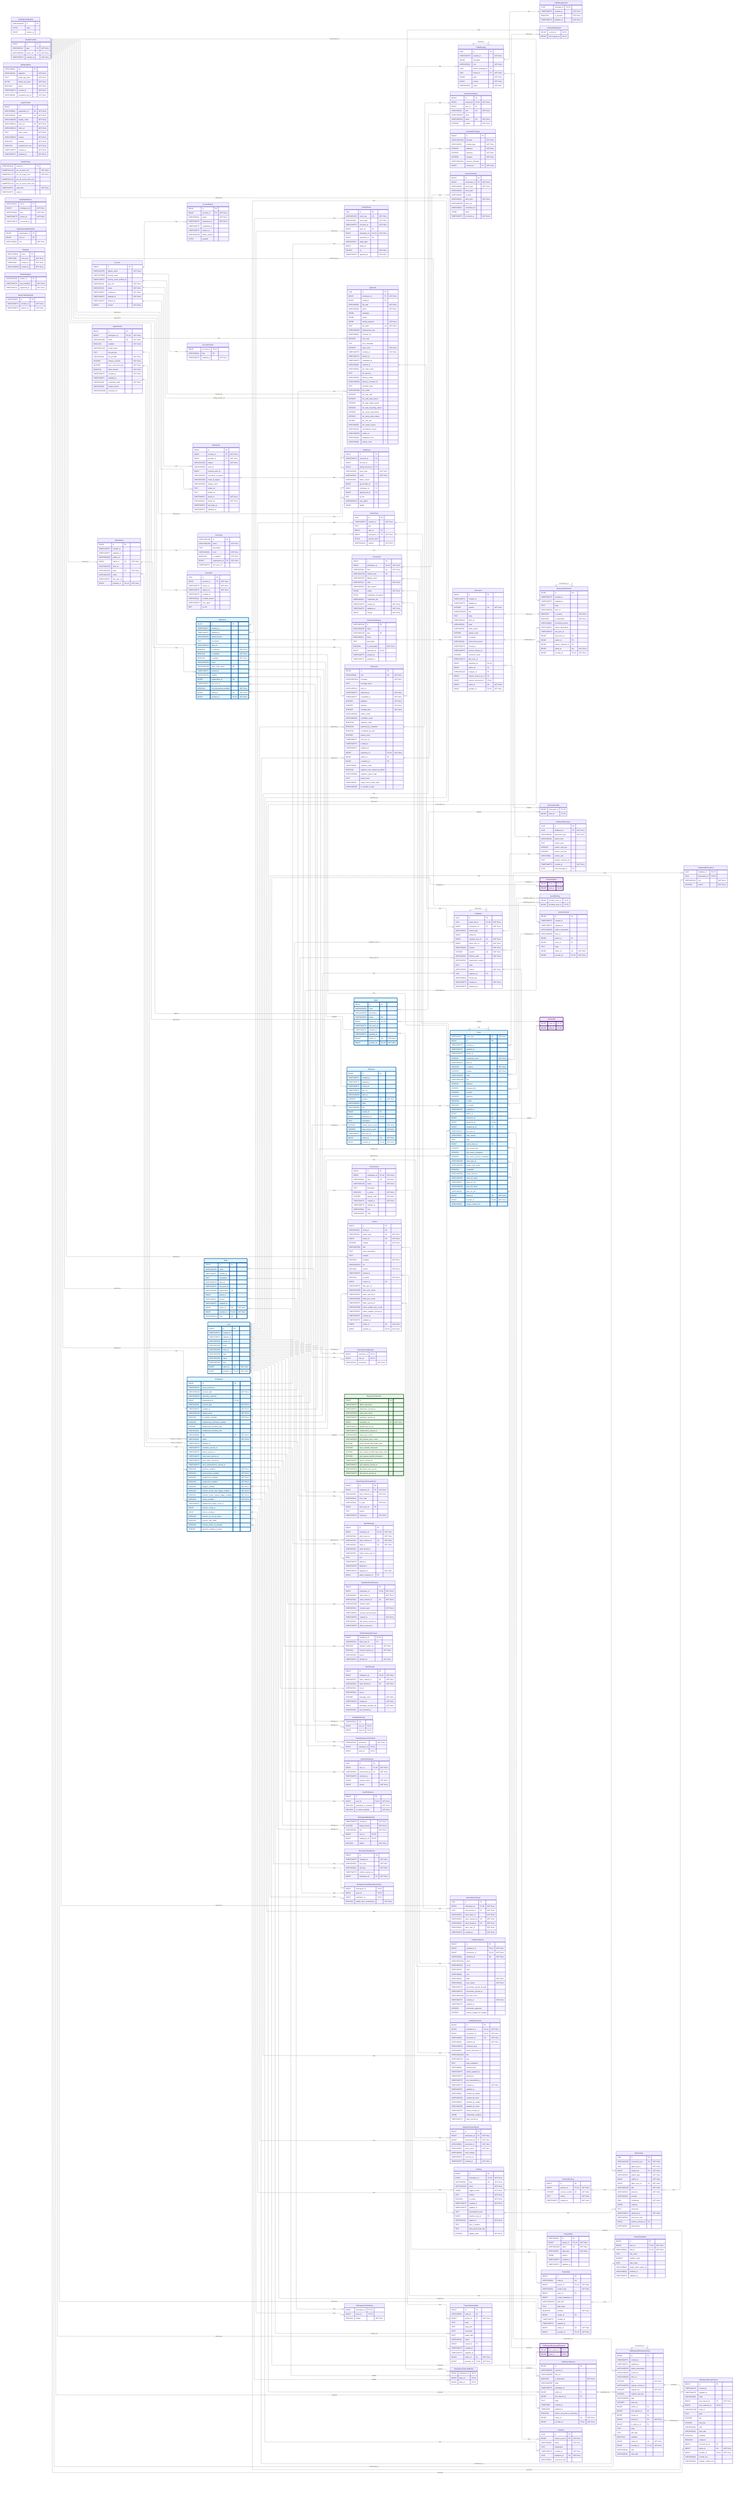
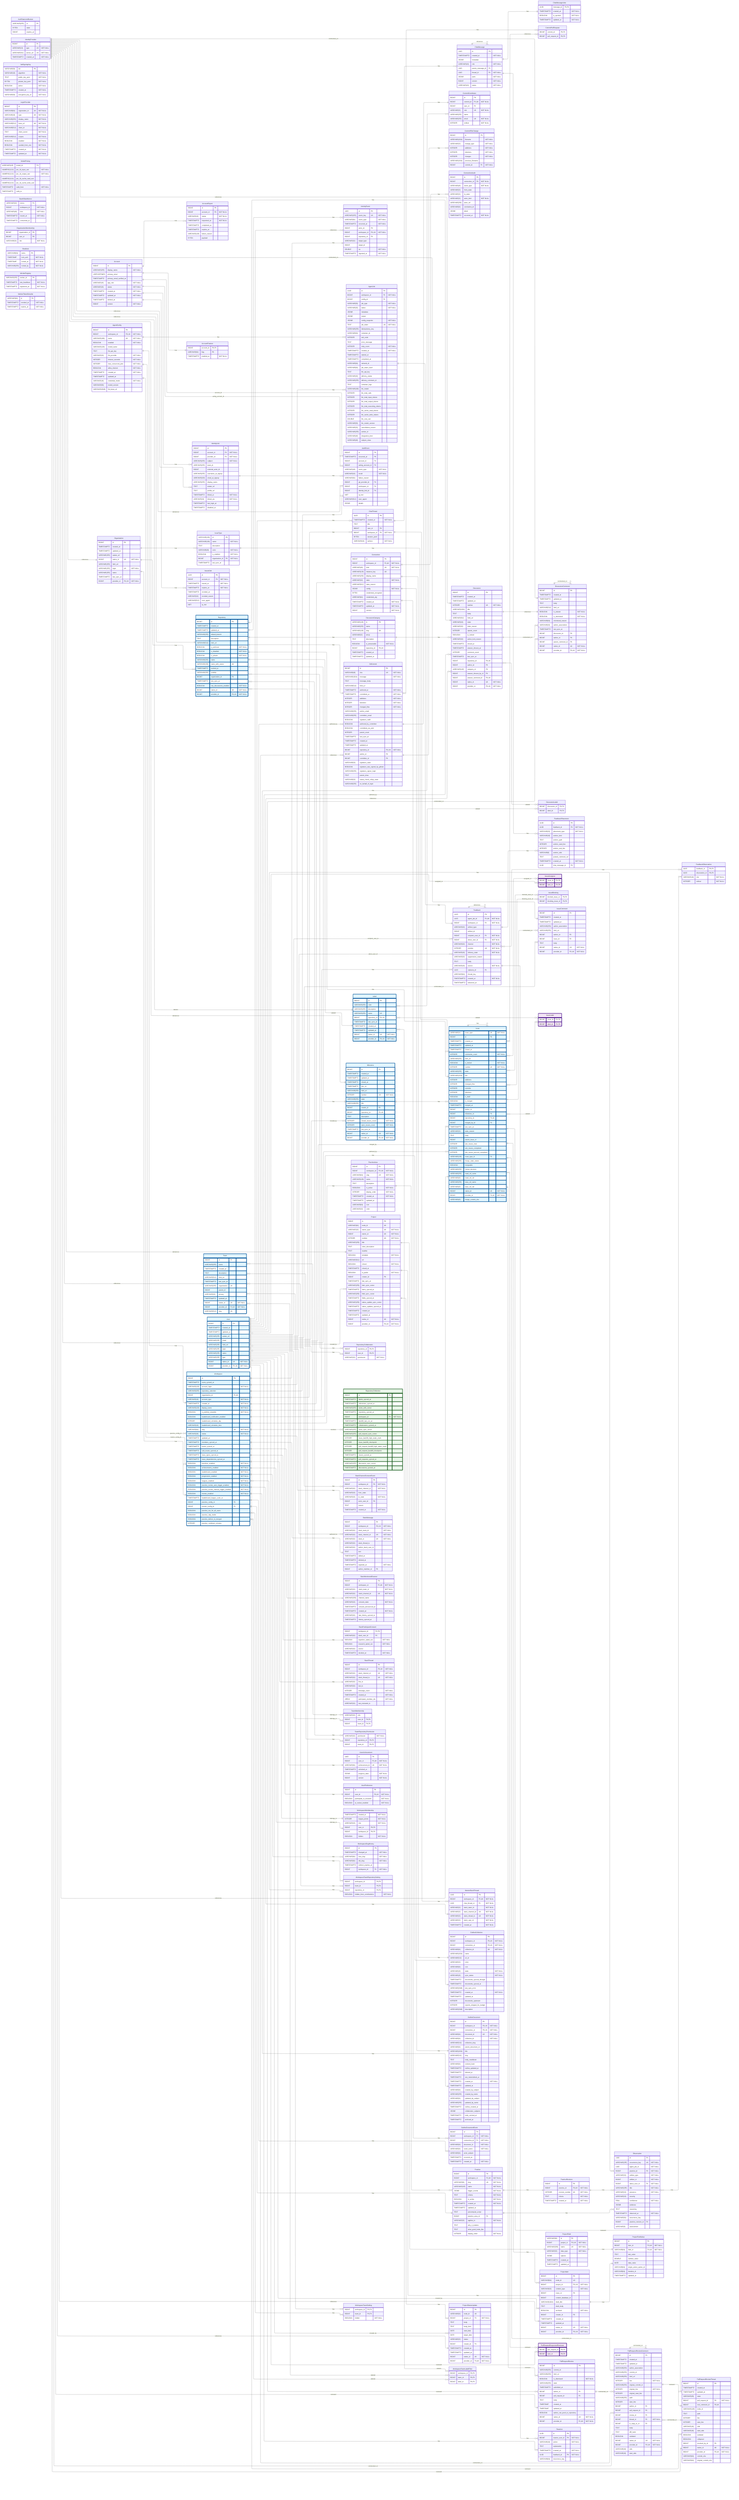
---
config:
    layout: elk
---
erDiagram
    %% Generated automatically from PostgreSQL database schema
    %% using scripts/generate-mermaid-erd.ts
    %% To regenerate: pnpm run db:generate-erd-docs

    direction LR

    Account {
        BIGINT id PK
        VARCHAR(255) display_name "NOT NULL"
        USER-DEFINED primary_email
        TIMESTAMPTZ primary_email_verified_at
        VARCHAR(16) app_role "NOT NULL"
        VARCHAR(16) status "NOT NULL"
        TIMESTAMPTZ created_at "NOT NULL"
        TIMESTAMPTZ updated_at "NOT NULL"
        TIMESTAMPTZ deleted_at
        BIGINT version "NOT NULL"
    }

    AccountExport {
        BIGINT id PK
        BIGINT account_id FK "NOT NULL"
        VARCHAR(16) status "NOT NULL"
        TIMESTAMPTZ requested_at "NOT NULL"
        TIMESTAMPTZ completed_at
        TIMESTAMPTZ expires_at
        VARCHAR(128) failure_reason
        BYTEA payload
    }

    AccountFeature {
        BIGINT account_id PK,FK
        VARCHAR(64) flag PK
        TIMESTAMPTZ enabled_at "NOT NULL"
    }

    ActivityEvent {
        UUID id PK
        VARCHAR(255) event_key UK "NOT NULL"
        VARCHAR(64) event_type "NOT NULL"
        TIMESTAMPTZ occurred_at "NOT NULL"
        BIGINT actor_id FK
        BIGINT workspace_id FK,UK "NOT NULL"
        BIGINT repository_id FK
        VARCHAR(32) target_type
        BIGINT target_id
        DOUBLE xp "NOT NULL"
        TIMESTAMPTZ ingested_at "NOT NULL"
    }

    AgentConfig {
        BIGINT id PK
        BIGINT workspace_id FK,UK "NOT NULL"
        VARCHAR(100) name UK "NOT NULL"
        BOOLEAN enabled "NOT NULL"
        VARCHAR(128) model_name
        TEXT llm_api_key
        VARCHAR(32) llm_provider "NOT NULL"
        INTEGER timeout_seconds "NOT NULL"
        INTEGER max_concurrent_jobs "NOT NULL"
        BOOLEAN allow_internet "NOT NULL"
        TIMESTAMPTZ created_at "NOT NULL"
        TIMESTAMPTZ updated_at
        VARCHAR(16) credential_mode "NOT NULL"
        VARCHAR(50) model_version
        VARCHAR(2048) llm_base_url
    }

    AgentJob {
        UUID id PK
        BIGINT workspace_id FK "NOT NULL"
        BIGINT config_id FK
        VARCHAR(50) job_type "NOT NULL"
        VARCHAR(20) status "NOT NULL"
        JSONB metadata
        JSONB output
        JSONB config_snapshot "NOT NULL"
        TEXT job_token UK "NOT NULL"
        VARCHAR(255) idempotency_key
        VARCHAR(64) container_id
        INTEGER exit_code
        TEXT error_message
        INTEGER retry_count "NOT NULL"
        TIMESTAMPTZ created_at "NOT NULL"
        TIMESTAMPTZ started_at
        TIMESTAMPTZ completed_at
        VARCHAR(64) network_id
        VARCHAR(64) job_token_hash
        TEXT llm_api_key
        VARCHAR(20) delivery_status
        VARCHAR(255) delivery_comment_id
        TEXT container_logs
        VARCHAR(100) llm_model
        INTEGER llm_total_calls
        INTEGER llm_total_input_tokens
        INTEGER llm_total_output_tokens
        INTEGER llm_total_reasoning_tokens
        INTEGER llm_cache_read_tokens
        INTEGER llm_cache_write_tokens
        DOUBLE llm_cost_usd
        VARCHAR(50) llm_model_version
        VARCHAR(32) cancellation_reason
        VARCHAR(255) worker_id
        VARCHAR(48) integration_kind
        VARCHAR(48) subject_class
    }

    AuthEvent {
        BIGINT id PK
        TIMESTAMPTZ occurred_at PK
        BIGINT account_id FK
        BIGINT acting_account_id FK
        VARCHAR(48) event_type "NOT NULL"
        VARCHAR(16) result "NOT NULL"
        VARCHAR(64) failure_reason
        BIGINT git_provider_id FK
        BIGINT workspace_id FK
        BIGINT identity_link_id FK
        INET ip_inet
        VARCHAR(512) user_agent
        JSONB details
    }

    AuthRateLimitBucket {
        VARCHAR(255) id PK
        BYTEA state
        BIGINT expires_at
    }

    ChatMessage {
        UUID id PK
        TIMESTAMPTZ created_at "NOT NULL"
        JSONB metadata
        VARCHAR(16) role "NOT NULL"
        UUID parent_message_id FK
        UUID thread_id FK "NOT NULL"
        JSONB parts "NOT NULL"
        BIGINT version "NOT NULL"
        VARCHAR(16) status "NOT NULL"
    }

    ChatMessageVote {
        UUID message_id PK,FK
        TIMESTAMPTZ created_at "NOT NULL"
        BOOLEAN is_upvoted "NOT NULL"
        TIMESTAMPTZ updated_at "NOT NULL"
    }

    ChatThread {
        UUID id PK
        TIMESTAMPTZ created_at "NOT NULL"
        TEXT title
        BIGINT user_id FK
        BIGINT workspace_id FK "NOT NULL"
        BYTEA session_jsonl
        VARCHAR(16) surface "NOT NULL"
    }

    CommitContributor {
        BIGINT id PK
        BIGINT commit_id FK,UK "NOT NULL"
        BIGINT user_id FK
        VARCHAR(32) role UK "NOT NULL"
        VARCHAR(255) name
        VARCHAR(255) email UK "NOT NULL"
        INTEGER ordinal "NOT NULL"
    }

    CommitFileChange {
        BIGINT id PK
        VARCHAR(1024) filename "NOT NULL"
        VARCHAR(32) change_type "NOT NULL"
        INTEGER additions "NOT NULL"
        INTEGER deletions "NOT NULL"
        INTEGER changes "NOT NULL"
        VARCHAR(1024) previous_filename
        BIGINT commit_id FK "NOT NULL"
    }

    CommitPullRequest {
        BIGINT commit_id PK,FK
        BIGINT pull_request_id PK,FK
    }

    Connection {
        BIGINT id PK
        BIGINT workspace_id FK,UK "NOT NULL"
        VARCHAR(48) kind UK "NOT NULL"
        VARCHAR(128) instance_key UK
        VARCHAR(256) display_name
        VARCHAR(32) state "NOT NULL"
        VARCHAR(512) state_reason
        JSONB config "NOT NULL"
        BYTEA credentials_encrypted
        VARCHAR(64) credentials_alg
        TIMESTAMPTZ created_at "NOT NULL"
        TIMESTAMPTZ updated_at "NOT NULL"
        BIGINT version "NOT NULL"
    }

    ConnectionAudit {
        BIGINT id PK
        BIGINT connection_id FK "NOT NULL"
        VARCHAR(48) event_type "NOT NULL"
        VARCHAR(32) from_state
        VARCHAR(32) to_state
        VARCHAR(32) actor_kind "NOT NULL"
        VARCHAR(256) actor_ref
        VARCHAR(64) correlation_id
        JSONB detail
        TIMESTAMPTZ occurred_at "NOT NULL"
    }

    Discussion {
        BIGINT id PK
        TIMESTAMPTZ created_at
        TIMESTAMPTZ updated_at
        INTEGER number UK "NOT NULL"
        VARCHAR(1024) title
        TEXT body
        VARCHAR(512) html_url
        VARCHAR(16) state
        VARCHAR(32) state_reason
        INTEGER upvote_count
        BOOLEAN is_locked
        VARCHAR(32) active_lock_reason
        TIMESTAMPTZ closed_at
        TIMESTAMPTZ answer_chosen_at
        INTEGER comment_count
        TIMESTAMPTZ last_sync_at
        BIGINT repository_id FK,UK
        BIGINT author_id FK
        VARCHAR(128) category_id FK
        BIGINT answer_chosen_by_id FK
        BIGINT answer_comment_id FK,UK
        BIGINT native_id UK "NOT NULL"
        BIGINT provider_id FK,UK "NOT NULL"
    }

    DiscussionCategory {
        VARCHAR(128) id PK
        VARCHAR(255) name
        VARCHAR(128) slug UK
        VARCHAR(32) emoji
        TEXT description
        BOOLEAN is_answerable "NOT NULL"
        BIGINT repository_id FK,UK
        TIMESTAMPTZ created_at
        TIMESTAMPTZ updated_at
    }

    DiscussionComment {
        BIGINT id PK
        TIMESTAMPTZ created_at
        TIMESTAMPTZ updated_at
        TEXT body
        VARCHAR(512) html_url
        BOOLEAN is_answer "NOT NULL"
        BOOLEAN is_minimized "NOT NULL"
        VARCHAR(64) minimized_reason
        VARCHAR(32) author_association
        TIMESTAMPTZ last_sync_at
        BIGINT discussion_id FK
        BIGINT author_id FK
        BIGINT parent_comment_id FK
        BIGINT native_id UK "NOT NULL"
        BIGINT provider_id FK,UK "NOT NULL"
    }

    DiscussionLabel {
        BIGINT discussion_id PK,FK
        BIGINT label_id PK,FK
    }

    Feedback {
        UUID id PK
        UUID agent_job_id FK,UK "NOT NULL"
        BIGINT workspace_id FK "NOT NULL"
        VARCHAR(32) artifact_type
        BIGINT artifact_id
        BIGINT recipient_user_id FK "NOT NULL"
        BIGINT about_user_id FK "NOT NULL"
        VARCHAR(32) channel "NOT NULL"
        INTEGER position UK "NOT NULL"
        VARCHAR(16) delivery_state "NOT NULL"
        VARCHAR(32) suppression_reason
        TEXT body
        VARCHAR(16) source "NOT NULL"
        UUID replaces_id FK
        VARCHAR(64) thread_key
        TIMESTAMPTZ created_at "NOT NULL"
        TIMESTAMPTZ delivered_at
    }

    FeedbackObservation {
        UUID feedback_id PK,FK
        UUID observation_id PK,FK
        VARCHAR(16) role "NOT NULL"
        INTEGER ordinal "NOT NULL"
    }

    FeedbackPlacement {
        UUID id PK
        UUID feedback_id FK "NOT NULL"
        VARCHAR(32) placement_type "NOT NULL"
        VARCHAR(16) anchor_kind
        TEXT anchor_path
        INTEGER anchor_start_line
        INTEGER anchor_end_line
        VARCHAR(8) anchor_side
        TEXT posted_comment_ref
        TIMESTAMPTZ created_at "NOT NULL"
        UUID chat_message_id FK
    }

    GitCommit {
        BIGINT id PK
        VARCHAR(40) sha UK "NOT NULL"
        VARCHAR(1024) message "NOT NULL"
        TEXT message_body
        VARCHAR(512) html_url
        TIMESTAMPTZ authored_at "NOT NULL"
        TIMESTAMPTZ committed_at "NOT NULL"
        INTEGER additions "NOT NULL"
        INTEGER deletions "NOT NULL"
        INTEGER changed_files "NOT NULL"
        VARCHAR(255) author_email
        VARCHAR(255) committer_email
        BOOLEAN signature_valid
        BOOLEAN authored_by_committer
        BOOLEAN committed_via_web
        INTEGER parent_count
        TIMESTAMPTZ last_sync_at
        TIMESTAMPTZ created_at
        TIMESTAMPTZ updated_at
        BIGINT repository_id FK,UK "NOT NULL"
        BIGINT author_id FK
        BIGINT committer_id FK
        VARCHAR(32) signature_state
        BOOLEAN signature_was_signed_by_github
        VARCHAR(255) signature_signer_login
        TEXT parent_shas
        VARCHAR(32) status_check_rollup_state
        VARCHAR(255) on_behalf_of_login
    }

    IdentityLink {
        BIGINT id PK
        BIGINT account_id FK "NOT NULL"
        BIGINT provider_id FK "NOT NULL"
        VARCHAR(255) subject "NOT NULL"
        VARCHAR(255) team_id
        BIGINT external_actor_id
        VARCHAR(255) username_at_signup
        VARCHAR(320) email_at_signup
        VARCHAR(255) display_name
        TEXT avatar_url
        TEXT profile_url
        TIMESTAMPTZ linked_at "NOT NULL"
        VARCHAR(16) linked_via "NOT NULL"
        TIMESTAMPTZ last_login_at
        TIMESTAMPTZ disabled_at
    }

    IdentityProvider {
        BIGINT id PK
        VARCHAR(10) type UK "NOT NULL"
        VARCHAR(512) server_url UK "NOT NULL"
        TIMESTAMPTZ created_at "NOT NULL"
    }

    Issue {
        VARCHAR(31) issue_type UK "NOT NULL"
        BIGINT id PK
        TIMESTAMPTZ created_at
        TIMESTAMPTZ updated_at
        TIMESTAMPTZ closed_at
        INTEGER comments_count "NOT NULL"
        VARCHAR(255) html_url
        BOOLEAN is_locked "NOT NULL"
        INTEGER number UK "NOT NULL"
        VARCHAR(255) state
        VARCHAR(1024) title
        INTEGER additions
        INTEGER changed_files
        INTEGER commits
        INTEGER deletions
        BOOLEAN is_draft
        BOOLEAN is_merged
        TIMESTAMPTZ merged_at
        BIGINT author_id FK
        BIGINT milestone_id FK
        BIGINT repository_id FK,UK
        BIGINT merged_by_id FK
        TIMESTAMPTZ last_sync_at
        VARCHAR(32) state_reason
        TEXT body
        BIGINT parent_issue_id FK
        INTEGER sub_issues_total
        INTEGER sub_issues_completed
        INTEGER sub_issues_percent_completed
        VARCHAR(128) issue_type_id FK
        VARCHAR(255) merge_state_status
        BOOLEAN mergeable
        VARCHAR(255) review_decision
        VARCHAR(255) head_ref_name
        VARCHAR(40) head_ref_oid
        VARCHAR(255) base_ref_name
        VARCHAR(40) base_ref_oid
        BIGINT native_id UK "NOT NULL"
        BIGINT provider_id FK,UK "NOT NULL"
        VARCHAR(40) merge_commit_sha
    }

    IssueAssignee {
        BIGINT issue_id PK,FK
        BIGINT user_id PK,FK
    }

    IssueBlocking {
        BIGINT blocked_issue_id PK,FK
        BIGINT blocking_issue_id PK,FK
    }

    IssueComment {
        BIGINT id PK
        TIMESTAMPTZ created_at
        TIMESTAMPTZ updated_at
        VARCHAR(255) author_association
        VARCHAR(255) html_url
        BIGINT author_id FK
        BIGINT issue_id FK
        TEXT body
        BIGINT native_id UK "NOT NULL"
        BIGINT provider_id FK,UK "NOT NULL"
    }

    IssueLabel {
        BIGINT issue_id PK,FK
        BIGINT label_id PK,FK
    }

    IssueType {
        VARCHAR(128) id PK
        VARCHAR(128) name "NOT NULL"
        TEXT description
        VARCHAR(20) color "NOT NULL"
        BOOLEAN is_enabled "NOT NULL"
        BIGINT organization_id FK "NOT NULL"
        TIMESTAMPTZ last_sync_at
    }

    IssuedJwt {
        UUID jti PK
        BIGINT account_id FK "NOT NULL"
        TIMESTAMPTZ issued_at "NOT NULL"
        TIMESTAMPTZ expires_at "NOT NULL"
        TIMESTAMPTZ revoked_at
        VARCHAR(32) revoked_reason
        VARCHAR(512) user_agent
        INET ip_inet
    }

    JwtSigningKey {
        VARCHAR(64) kid PK
        VARCHAR(16) algorithm "NOT NULL"
        TEXT public_key_pem "NOT NULL"
        BYTEA private_key_pem "NOT NULL"
        BOOLEAN active "NOT NULL"
        TIMESTAMPTZ created_at "NOT NULL"
        VARCHAR(64) encryption_key_id "NOT NULL"
    }

    Label {
        BIGINT id PK
        VARCHAR(255) color
        VARCHAR(255) description
        VARCHAR(255) name UK
        BIGINT repository_id FK,UK
        TIMESTAMPTZ last_sync_at
        TIMESTAMPTZ created_at
        TIMESTAMPTZ updated_at
        BIGINT native_id UK "NOT NULL"
        BIGINT provider_id FK,UK "NOT NULL"
    }

    LoginProvider {
        BIGINT id PK
        VARCHAR(64) registration_id UK "NOT NULL"
        VARCHAR(10) type UK "NOT NULL"
        VARCHAR(255) display_name "NOT NULL"
        VARCHAR(512) base_url UK "NOT NULL"
        VARCHAR(512) client_id "NOT NULL"
        TEXT client_secret "NOT NULL"
        VARCHAR(512) scopes "NOT NULL"
        BOOLEAN enabled "NOT NULL"
        BOOLEAN seeded_from_env "NOT NULL"
        TIMESTAMPTZ created_at "NOT NULL"
        TIMESTAMPTZ updated_at "NOT NULL"
    }

    MentorSlackThread {
        UUID id PK
        BIGINT workspace_id FK,UK "NOT NULL"
        UUID chat_thread_id FK "NOT NULL"
        VARCHAR(32) slack_team_id "NOT NULL"
        VARCHAR(32) slack_channel_id UK "NOT NULL"
        VARCHAR(32) slack_thread_ts UK "NOT NULL"
        VARCHAR(32) slack_user_id "NOT NULL"
        TIMESTAMPTZ created_at "NOT NULL"
    }

    Milestone {
        BIGINT id PK
        TIMESTAMPTZ created_at
        TIMESTAMPTZ updated_at
        TIMESTAMPTZ closed_at
        TIMESTAMPTZ due_on
        VARCHAR(255) html_url
        INTEGER number UK "NOT NULL"
        VARCHAR(255) state
        VARCHAR(255) title
        BIGINT creator_id FK
        BIGINT repository_id FK,UK
        TEXT description
        INTEGER closed_issues_count "NOT NULL"
        INTEGER open_issues_count "NOT NULL"
        TIMESTAMPTZ last_sync_at
        BIGINT native_id UK "NOT NULL"
        BIGINT provider_id FK,UK "NOT NULL"
    }

    ModelPricing {
        VARCHAR(128) model_id PK
        NUMERIC(12,6) per_1k_input_usd "NOT NULL"
        NUMERIC(12,6) per_1k_output_usd "NOT NULL"
        NUMERIC(12,6) per_1k_cache_read_usd
        NUMERIC(12,6) per_1k_cache_write_usd
        TIMESTAMPTZ valid_from "NOT NULL"
        TIMESTAMPTZ valid_to
    }

    OauthStateNonce {
        VARCHAR(32) nonce PK
        BIGINT workspace_id "NOT NULL"
        VARCHAR(48) kind "NOT NULL"
        TIMESTAMPTZ issued_at "NOT NULL"
        TIMESTAMPTZ consumed_at
    }

    Observation {
        UUID id PK
        VARCHAR(255) occurrence_key UK "NOT NULL"
        UUID agent_job_id "NOT NULL"
        BIGINT practice_id FK "NOT NULL"
        VARCHAR(32) artifact_type "NOT NULL"
        BIGINT artifact_id "NOT NULL"
        BIGINT about_user_id FK "NOT NULL"
        VARCHAR(255) title "NOT NULL"
        VARCHAR(16) presence "NOT NULL"
        VARCHAR(16) severity
        REAL confidence "NOT NULL"
        JSONB evidence
        TEXT reasoning
        TIMESTAMPTZ observed_at "NOT NULL"
        VARCHAR(64) recurrence_key
        BIGINT practice_revision_id FK
        VARCHAR(8) assessment
    }

    Organization {
        BIGINT id PK
        TIMESTAMPTZ created_at
        TIMESTAMPTZ updated_at
        VARCHAR(255) avatar_url
        BIGINT native_id UK "NOT NULL"
        VARCHAR(255) html_url
        VARCHAR(255) login UK "NOT NULL"
        VARCHAR(255) name
        TIMESTAMPTZ last_sync_at
        BIGINT provider_id FK,UK "NOT NULL"
    }

    OrganizationMembership {
        BIGINT organization_id PK
        BIGINT user_id PK
        VARCHAR(32) role "NOT NULL"
    }

    OutlineCollection {
        BIGINT id PK
        BIGINT workspace_id FK,UK "NOT NULL"
        BIGINT connection_id FK,UK "NOT NULL"
        VARCHAR(64) collection_id UK "NOT NULL"
        VARCHAR(1024) name
        VARCHAR(512) url_id
        VARCHAR(32) color
        VARCHAR(64) icon
        VARCHAR(16) state "NOT NULL"
        VARCHAR(16) sync_status "NOT NULL"
        TIMESTAMPTZ documents_synced_through
        TIMESTAMPTZ documents_synced_at
        VARCHAR(2048) last_sync_error
        TIMESTAMPTZ created_at "NOT NULL"
        TIMESTAMPTZ updated_at
        INTEGER documents_upstream
        INTEGER exports_skipped_for_budget
+         VARCHAR(2048) description
    }

    OutlineDocument {
        BIGINT id PK
        BIGINT workspace_id FK,UK "NOT NULL"
        BIGINT connection_id FK,UK "NOT NULL"
        VARCHAR(64) document_id UK "NOT NULL"
        VARCHAR(64) collection_id "NOT NULL"
        VARCHAR(512) collection_slug
        VARCHAR(64) parent_document_id
        VARCHAR(1024) title
        VARCHAR(512) slug
        TEXT body_markdown
        VARCHAR(64) content_hash
        TIMESTAMPTZ outline_updated_at
        TIMESTAMPTZ deleted_at
        TIMESTAMPTZ last_materialized_at
        TIMESTAMPTZ created_at "NOT NULL"
        TIMESTAMPTZ updated_at
        VARCHAR(64) created_by_subject
        VARCHAR(255) created_by_name
        VARCHAR(64) updated_by_subject
        VARCHAR(255) updated_by_name
        TIMESTAMPTZ outline_created_at
        JSONB collaborator_subjects
        TIMESTAMPTZ body_evicted_at
+         TIMESTAMPTZ archived_at
    }

    OutlineDocumentEvent {
        BIGINT id PK
        BIGINT workspace_id FK "NOT NULL"
        BIGINT connection_id FK "NOT NULL"
        VARCHAR(64) document_id "NOT NULL"
        VARCHAR(64) event_name "NOT NULL"
        VARCHAR(64) actor_subject
        TIMESTAMPTZ occurred_at
        TIMESTAMPTZ created_at "NOT NULL"
    }

    Practice {
        BIGINT id PK
        BIGINT workspace_id FK,UK "NOT NULL"
        VARCHAR(64) slug UK "NOT NULL"
        VARCHAR(128) name "NOT NULL"
        JSONB trigger_events "NOT NULL"
        TEXT criteria "NOT NULL"
        BOOLEAN is_active "NOT NULL"
        TIMESTAMPTZ created_at "NOT NULL"
        TIMESTAMPTZ updated_at
        TEXT precompute_script
        BIGINT practice_area_id FK
        VARCHAR(32) applies_to "NOT NULL"
        TEXT why_it_matters
        TEXT what_good_looks_like
        INTEGER display_order "NOT NULL"
    }

    PracticeArea {
        BIGINT id PK
        BIGINT workspace_id FK,UK "NOT NULL"
        VARCHAR(64) slug UK "NOT NULL"
        VARCHAR(128) name "NOT NULL"
        TEXT description
        BOOLEAN is_active "NOT NULL"
        INTEGER display_order "NOT NULL"
        TIMESTAMPTZ created_at "NOT NULL"
        TIMESTAMPTZ updated_at
        VARCHAR(64) icon
        VARCHAR(32) color
    }

    PracticeRevision {
        BIGINT id PK
        BIGINT practice_id FK,UK "NOT NULL"
        INTEGER revision_number UK "NOT NULL"
        TEXT criteria "NOT NULL"
        TIMESTAMPTZ created_at "NOT NULL"
    }

    Project {
        BIGINT id PK
        VARCHAR(64) node_id UK
        VARCHAR(32) owner_type UK "NOT NULL"
        BIGINT owner_id UK "NOT NULL"
        INTEGER number UK "NOT NULL"
        VARCHAR(256) title
        TEXT short_description
        TEXT readme
        BOOLEAN template "NOT NULL"
        VARCHAR(512) url
        BOOLEAN closed "NOT NULL"
        TIMESTAMPTZ closed_at
        BOOLEAN is_public "NOT NULL"
        BIGINT creator_id FK
        TIMESTAMPTZ last_sync_at
        VARCHAR(256) item_sync_cursor
        TIMESTAMPTZ items_synced_at
        VARCHAR(256) field_sync_cursor
        TIMESTAMPTZ fields_synced_at
        VARCHAR(256) status_update_sync_cursor
        TIMESTAMPTZ status_updates_synced_at
        TIMESTAMPTZ created_at
        TIMESTAMPTZ updated_at
        BIGINT native_id UK "NOT NULL"
        BIGINT provider_id FK,UK "NOT NULL"
    }

    ProjectField {
        VARCHAR(64) id PK
        BIGINT project_id FK,UK "NOT NULL"
        VARCHAR(256) name UK "NOT NULL"
        VARCHAR(32) data_type "NOT NULL"
        JSONB options
        TIMESTAMPTZ created_at
        TIMESTAMPTZ updated_at
    }

    ProjectFieldValue {
        BIGINT id PK
        BIGINT item_id FK,UK "NOT NULL"
        VARCHAR(64) field_id FK,UK "NOT NULL"
        TEXT text_value
        DOUBLE number_value
        DATE date_value
        VARCHAR(64) single_select_option_id
        VARCHAR(64) iteration_id
        TIMESTAMPTZ updated_at
    }

    ProjectItem {
        BIGINT id PK
        VARCHAR(64) node_id UK
        BIGINT project_id FK,UK "NOT NULL"
        VARCHAR(32) content_type "NOT NULL"
        BIGINT issue_id FK
        BIGINT content_database_id
        VARCHAR(1024) draft_title
        TEXT draft_body
        BOOLEAN archived "NOT NULL"
        BIGINT creator_id FK
        TIMESTAMPTZ created_at
        TIMESTAMPTZ updated_at
        BIGINT native_id UK "NOT NULL"
        BIGINT provider_id FK,UK "NOT NULL"
    }

    ProjectStatusUpdate {
        BIGINT id PK
        VARCHAR(64) node_id UK
        BIGINT project_id FK "NOT NULL"
        TEXT body
        TEXT body_html
        DATE start_date
        DATE target_date
        VARCHAR(32) status
        BIGINT creator_id FK
        TIMESTAMPTZ created_at
        TIMESTAMPTZ updated_at
        BIGINT native_id UK "NOT NULL"
        BIGINT provider_id FK,UK "NOT NULL"
    }

    PullRequestRequestedReviewer {
        BIGINT pull_request_id PK,FK
        BIGINT user_id PK,FK
    }

    PullRequestReview {
        BIGINT id PK
        VARCHAR(255) commit_id
        VARCHAR(255) html_url
        BOOLEAN is_dismissed "NOT NULL"
        VARCHAR(255) state
        TIMESTAMPTZ submitted_at
        BIGINT author_id FK
        BIGINT pull_request_id FK
        TEXT body
        TIMESTAMP created_at
        TIMESTAMP updated_at
        BOOLEAN author_can_push_to_repository
        BIGINT native_id UK "NOT NULL"
        BIGINT provider_id FK,UK "NOT NULL"
    }

    PullRequestReviewComment {
        BIGINT id PK
        TIMESTAMPTZ created_at
        TIMESTAMPTZ updated_at
        VARCHAR(255) author_association
        VARCHAR(255) commit_id
        VARCHAR(255) html_url
        INTEGER line "NOT NULL"
        VARCHAR(255) original_commit_id
        INTEGER original_line "NOT NULL"
        INTEGER original_start_line
        VARCHAR(255) path
        INTEGER start_line
        BIGINT author_id FK
        BIGINT pull_request_id FK
        BIGINT review_id FK
        BIGINT thread_id FK "NOT NULL"
        BIGINT in_reply_to_id FK
        TEXT body
        TEXT diff_hunk
        BOOLEAN outdated
        BIGINT native_id UK "NOT NULL"
        BIGINT provider_id FK,UK "NOT NULL"
        VARCHAR(16) side
        VARCHAR(16) start_side
    }

    PullRequestReviewThread {
        BIGINT id PK
        TIMESTAMPTZ created_at
        TIMESTAMPTZ updated_at
        VARCHAR(20) state
        BIGINT pull_request_id FK "NOT NULL"
        BIGINT root_comment_id FK,UK
        VARCHAR(128) node_id
        TEXT path
        INTEGER line
        INTEGER start_line
        VARCHAR(16) side
        VARCHAR(16) start_side
        BOOLEAN outdated
        BOOLEAN collapsed
        BIGINT resolved_by_id FK
        BIGINT native_id UK "NOT NULL"
        BIGINT provider_id FK,UK "NOT NULL"
        VARCHAR(64) commit_sha
        VARCHAR(64) original_commit_sha
    }

    Reaction {
        UUID id PK
        BIGINT reactor_user_id FK "NOT NULL"
        VARCHAR(16) action "NOT NULL"
        TEXT explanation
        TIMESTAMPTZ created_at "NOT NULL"
        UUID feedback_id FK "NOT NULL"
        VARCHAR(64) recurrence_key
    }

    Repository {
        BIGINT id PK
        TIMESTAMPTZ created_at
        TIMESTAMPTZ updated_at
        VARCHAR(255) default_branch
        TEXT description
        VARCHAR(512) html_url
        BOOLEAN is_archived "NOT NULL"
        BOOLEAN is_disabled "NOT NULL"
        BOOLEAN is_private "NOT NULL"
        VARCHAR(255) name
        VARCHAR(150) name_with_owner UK
        TIMESTAMPTZ pushed_at
        VARCHAR(255) visibility
        BIGINT organization_id FK
        TIMESTAMPTZ last_sync_at
        BOOLEAN has_discussions_enabled "NOT NULL"
        BIGINT native_id UK "NOT NULL"
        BIGINT provider_id FK,UK "NOT NULL"
    }

    RepositoryCollaborator {
        BIGINT repository_id PK,FK
        BIGINT user_id PK,FK
        VARCHAR(32) permission "NOT NULL"
    }

    RepositoryToMonitor {
        BIGINT id PK
        TIMESTAMPTZ labels_synced_at
        TIMESTAMPTZ milestones_synced_at
        VARCHAR(255) name_with_owner
        TIMESTAMPTZ repository_synced_at
        BIGINT workspace_id FK "NOT NULL"
        TIMESTAMPTZ backfill_last_run_at
        TIMESTAMPTZ collaborators_synced_at
        VARCHAR(255) issue_sync_cursor
        VARCHAR(255) pull_request_sync_cursor
        INTEGER issue_backfill_high_water_mark
        INTEGER issue_backfill_checkpoint
        INTEGER pull_request_backfill_high_water_mark
        INTEGER pull_request_backfill_checkpoint
        TIMESTAMPTZ issues_synced_at
        TIMESTAMPTZ pull_requests_synced_at
        VARCHAR(255) discussion_sync_cursor
        TIMESTAMPTZ discussions_synced_at
    }

    Shedlock {
        VARCHAR(64) name PK
        TIMESTAMP lock_until "NOT NULL"
        TIMESTAMP locked_at "NOT NULL"
        VARCHAR(255) locked_by "NOT NULL"
    }

    SlackChannelConsentEvent {
        BIGINT id PK
        BIGINT workspace_id FK "NOT NULL"
        VARCHAR(32) slack_channel_id "NOT NULL"
        VARCHAR(16) from_state
        VARCHAR(16) to_state "NOT NULL"
        BIGINT actor_user_id FK
        TEXT reason
        TIMESTAMPTZ created_at "NOT NULL"
    }

    SlackMessage {
        BIGINT id PK
        BIGINT workspace_id FK,UK "NOT NULL"
        VARCHAR(32) slack_team_id "NOT NULL"
        VARCHAR(32) slack_channel_id UK "NOT NULL"
        VARCHAR(32) slack_ts UK "NOT NULL"
        VARCHAR(32) slack_thread_ts
        VARCHAR(32) author_slack_user_id
        TEXT text
        TIMESTAMPTZ edited_at
        TIMESTAMPTZ deleted_at
        TIMESTAMPTZ ingested_at "NOT NULL"
        BIGINT author_member_id FK
    }

    SlackMonitoredChannel {
        BIGINT id PK
        BIGINT workspace_id FK,UK "NOT NULL"
        VARCHAR(32) slack_team_id "NOT NULL"
        VARCHAR(32) slack_channel_id UK "NOT NULL"
        VARCHAR(256) channel_name
        VARCHAR(16) consent_state "NOT NULL"
        TIMESTAMPTZ consent_announced_at
        TIMESTAMPTZ created_at "NOT NULL"
        VARCHAR(32) last_history_synced_ts
        TIMESTAMPTZ history_synced_at
    }

    SlackParticipantConsent {
        BIGINT workspace_id PK,FK
        VARCHAR(32) slack_user_id PK
        BOOLEAN ingestion_opted_out "NOT NULL"
        BOOLEAN research_opted_out "NOT NULL"
        VARCHAR(32) source
        TIMESTAMPTZ decided_at "NOT NULL"
    }

    SlackThread {
        BIGINT id PK
        BIGINT workspace_id FK,UK "NOT NULL"
        VARCHAR(32) slack_channel_id UK "NOT NULL"
        VARCHAR(32) slack_thread_ts UK "NOT NULL"
        VARCHAR(32) first_ts
        VARCHAR(32) last_ts
        INTEGER message_count "NOT NULL"
        TIMESTAMPTZ created_at "NOT NULL"
        ARRAY participant_member_ids "NOT NULL"
        VARCHAR(32) last_reviewed_ts
    }

    Team {
        BIGINT id PK
        VARCHAR(255) name
        TIMESTAMPTZ created_at
        TEXT description
        VARCHAR(512) html_url
        TIMESTAMPTZ last_sync_at
        VARCHAR(255) organization UK
        BIGINT parent_id
        VARCHAR(32) privacy
        TIMESTAMPTZ updated_at
        BIGINT native_id UK "NOT NULL"
        BIGINT provider_id FK,UK "NOT NULL"
        VARCHAR(512) slug UK
    }

    TeamMembership {
        VARCHAR(32) role
        BIGINT user_id PK,FK
        BIGINT team_id PK,FK
    }

    TeamRepositoryPermission {
        VARCHAR(32) permission "NOT NULL"
        BIGINT repository_id PK,FK
        BIGINT team_id PK,FK
    }

    User {
        BIGINT id PK
        TIMESTAMPTZ created_at
        TIMESTAMPTZ updated_at
        VARCHAR(255) avatar_url
        VARCHAR(255) email
        VARCHAR(255) html_url
        VARCHAR(255) login
        VARCHAR(255) name
        VARCHAR(255) type
        BIGINT native_id UK "NOT NULL"
        BIGINT provider_id FK,UK "NOT NULL"
    }

    UserAchievement {
        UUID id PK
        BIGINT user_id FK,UK "NOT NULL"
        VARCHAR(64) achievement_id UK "NOT NULL"
        TIMESTAMPTZ unlocked_at
        JSONB progress_data "NOT NULL"
        BIGINT version "NOT NULL"
    }

    UserPreference {
        BIGINT id PK
        BIGINT user_id FK,UK "NOT NULL"
        BOOLEAN participate_in_research "NOT NULL"
        BOOLEAN ai_review_enabled "NOT NULL"
    }

    WorkerRegistry {
        VARCHAR(255) worker_id PK
        TIMESTAMPTZ last_heartbeat "NOT NULL"
        TIMESTAMPTZ registered_at "NOT NULL"
    }

    WorkerTokenDenylist {
        VARCHAR(64) jti PK
        TIMESTAMPTZ revoked_at "NOT NULL"
        TIMESTAMPTZ expires_at "NOT NULL"
    }

    Workspace {
        BIGINT id PK
        TIMESTAMPTZ users_synced_at
        VARCHAR(120) account_login "NOT NULL"
        VARCHAR(255) repository_selection
        BIGINT organization_id FK,UK
        VARCHAR(10) account_type "NOT NULL"
        TIMESTAMPTZ created_at "NOT NULL"
        VARCHAR(120) display_name "NOT NULL"
        BOOLEAN is_publicly_viewable "NOT NULL"
        BOOLEAN leaderboard_notification_enabled
        INTEGER leaderboard_schedule_day
        VARCHAR(10) leaderboard_schedule_time
        VARCHAR(64) slug UK "NOT NULL"
        VARCHAR(20) status "NOT NULL"
        TIMESTAMPTZ updated_at
        TIMESTAMPTZ members_synced_at
        TIMESTAMPTZ teams_synced_at
        TIMESTAMPTZ sub_issues_synced_at
        TIMESTAMPTZ issue_types_synced_at
        TIMESTAMPTZ issue_dependencies_synced_at
        BOOLEAN practices_enabled "NOT NULL"
        BOOLEAN achievements_enabled "NOT NULL"
        BOOLEAN leaderboard_enabled "NOT NULL"
        BOOLEAN progression_enabled "NOT NULL"
        BOOLEAN leagues_enabled "NOT NULL"
        BOOLEAN practice_review_auto_trigger_enabled "NOT NULL"
        BOOLEAN practice_review_manual_trigger_enabled "NOT NULL"
        BOOLEAN mentor_enabled "NOT NULL"
        TIMESTAMPTZ leaderboard_league_cycle_at
        BIGINT practice_config_id FK
        BIGINT mentor_config_id FK
        BOOLEAN practice_run_for_all_users
        BOOLEAN practice_skip_drafts
        BOOLEAN practice_deliver_to_merged
        INTEGER practice_cooldown_minutes
    }

    WorkspaceMembership {
        TIMESTAMPTZ created_at "NOT NULL"
        INTEGER league_points "NOT NULL"
        VARCHAR(16) role "NOT NULL"
        BIGINT user_id PK,FK
        BIGINT workspace_id PK,FK
        BOOLEAN hidden "NOT NULL"
    }

    WorkspaceSlugHistory {
        BIGINT id PK
        TIMESTAMPTZ changed_at "NOT NULL"
        VARCHAR(64) new_slug "NOT NULL"
        VARCHAR(64) old_slug "NOT NULL"
        TIMESTAMPTZ redirect_expires_at
        BIGINT workspace_id FK "NOT NULL"
    }

    WorkspaceTeamLabelFilter {
        BIGINT workspace_id PK,FK
        BIGINT team_id PK,FK
        BIGINT label_id PK,FK
    }

    WorkspaceTeamRepositorySetting {
        BIGINT workspace_id PK,FK
        BIGINT team_id PK,FK
        BIGINT repository_id PK,FK
        BOOLEAN hidden_from_contributions "NOT NULL"
    }

    WorkspaceTeamSetting {
        BIGINT workspace_id PK,FK
        BIGINT team_id PK,FK
        BOOLEAN hidden "NOT NULL"
    }

    %% Relationships
    %% One-to-One relationships
    Account ||--|| AccountFeature : has
    Workspace ||--|| ActivityEvent : has
    Workspace ||--|| AgentConfig : has
    ChatMessage ||--|| ChatMessageVote : has
    GitCommit ||--|| CommitContributor : has
    Workspace ||--|| Connection : has
    Repository ||--|| Discussion : has
    DiscussionComment ||--|| Discussion : references
    IdentityProvider ||--|| Discussion : references
    Repository ||--|| DiscussionCategory : has
    IdentityProvider ||--|| DiscussionComment : commented_on
    AgentJob ||--|| Feedback : has
    Repository ||--|| GitCommit : has
    Repository ||--|| Issue : has
    IdentityProvider ||--|| Issue : references
    IdentityProvider ||--|| IssueComment : commented_on
    Repository ||--|| Label : labeled
    IdentityProvider ||--|| Label : labeled
    Workspace ||--|| MentorSlackThread : has
    Repository ||--|| Milestone : has
    IdentityProvider ||--|| Milestone : references
    IdentityProvider ||--|| Organization : references
    Workspace ||--|| OutlineCollection : has
    Connection ||--|| OutlineCollection : has
    Workspace ||--|| OutlineDocument : has
    Connection ||--|| OutlineDocument : has
    Workspace ||--|| Practice : has
    Workspace ||--|| PracticeArea : has
    Practice ||--|| PracticeRevision : has
    IdentityProvider ||--|| Project : references
    Project ||--|| ProjectField : has
    ProjectItem ||--|| ProjectFieldValue : has
    ProjectField ||--|| ProjectFieldValue : has
    Project ||--|| ProjectItem : has
    IdentityProvider ||--|| ProjectItem : references
    IdentityProvider ||--|| ProjectStatusUpdate : references
    IdentityProvider ||--|| PullRequestReview : reviewed
    IdentityProvider ||--|| PullRequestReviewComment : commented_on
    PullRequestReviewComment ||--|| PullRequestReviewThread : reviewed
    IdentityProvider ||--|| PullRequestReviewThread : reviewed
    IdentityProvider ||--|| Repository : references
    Workspace ||--|| SlackMessage : has
    Workspace ||--|| SlackMonitoredChannel : has
    Workspace ||--|| SlackParticipantConsent : has
    Workspace ||--|| SlackThread : has
    IdentityProvider ||--|| Team : references
    IdentityProvider ||--|| User : references
    User ||--|| UserAchievement : has
    User ||--|| UserPreference : has
    Organization ||--|| Workspace : has
    User ||--|| WorkspaceMembership : belongs_to
    Workspace ||--|| WorkspaceMembership : belongs_to

    %% One-to-Many relationships
    Account ||--o{ AccountExport : has
    User ||--o{ ActivityEvent : references
    Repository ||--o{ ActivityEvent : has
    Workspace ||--o{ AgentJob : has
    AgentConfig ||--o{ AgentJob : has
    Account ||--o{ AuthEvent : account_id
    Account ||--o{ AuthEvent : acting_account_id
    IdentityProvider ||--o{ AuthEvent : references
    Workspace ||--o{ AuthEvent : has
    IdentityLink ||--o{ AuthEvent : has
    ChatMessage ||--o{ ChatMessage : references
    ChatThread ||--o{ ChatMessage : has
    User ||--o{ ChatThread : has
    Workspace ||--o{ ChatThread : has
    User ||--o{ CommitContributor : has
    GitCommit ||--o{ CommitFileChange : has
    Connection ||--o{ ConnectionAudit : has
    User ||--o{ Discussion : authored_by
    DiscussionCategory ||--o{ Discussion : has
    User ||--o{ Discussion : references
    Discussion ||--o{ DiscussionComment : commented_on
    User ||--o{ DiscussionComment : commented_on
    DiscussionComment ||--o{ DiscussionComment : commented_on
    Workspace ||--o{ Feedback : has
    User ||--o{ Feedback : recipient_user_id
    User ||--o{ Feedback : about_user_id
    Feedback ||--o{ Feedback : references
    Feedback ||--o{ FeedbackPlacement : has
    ChatMessage ||--o{ FeedbackPlacement : has
    User ||--o{ GitCommit : authored_by
    User ||--o{ GitCommit : references
    Account ||--o{ IdentityLink : has
    IdentityProvider ||--o{ IdentityLink : references
    User ||--o{ Issue : authored_by
    Milestone ||--o{ Issue : has
    User ||--o{ Issue : merged_by
    Issue ||--o{ Issue : has
    IssueType ||--o{ Issue : has
    User ||--o{ IssueComment : commented_on
    Issue ||--o{ IssueComment : commented_on
    Organization ||--o{ IssueType : has
    Account ||--o{ IssuedJwt : has
    ChatThread ||--o{ MentorSlackThread : has
    User ||--o{ Milestone : created_by
    Practice ||--o{ Observation : has
    User ||--o{ Observation : has
    PracticeRevision ||--o{ Observation : has
    Workspace ||--o{ OutlineDocumentEvent : has
    Connection ||--o{ OutlineDocumentEvent : has
    PracticeArea ||--o{ Practice : has
    User ||--o{ Project : created_by
    Issue ||--o{ ProjectItem : has
    User ||--o{ ProjectItem : created_by
    Project ||--o{ ProjectStatusUpdate : has
    User ||--o{ ProjectStatusUpdate : created_by
    User ||--o{ PullRequestReview : reviewed
    Issue ||--o{ PullRequestReview : reviewed
    User ||--o{ PullRequestReviewComment : commented_on
    Issue ||--o{ PullRequestReviewComment : commented_on
    PullRequestReview ||--o{ PullRequestReviewComment : commented_on
    PullRequestReviewThread ||--o{ PullRequestReviewComment : commented_on
    PullRequestReviewComment ||--o{ PullRequestReviewComment : commented_on
    Issue ||--o{ PullRequestReviewThread : reviewed
    User ||--o{ PullRequestReviewThread : reviewed
    User ||--o{ Reaction : has
    Feedback ||--o{ Reaction : has
    Organization ||--o{ Repository : has
    Workspace ||--o{ RepositoryToMonitor : monitors
    Workspace ||--o{ SlackChannelConsentEvent : has
    User ||--o{ SlackChannelConsentEvent : has
    User ||--o{ SlackMessage : authored_by
    AgentConfig ||--o{ Workspace : practice_config_id
    AgentConfig ||--o{ Workspace : mentor_config_id
    Workspace ||--o{ WorkspaceSlugHistory : has

    %% Many-to-Many relationships
    GitCommit }o--o{ CommitPullRequest : has
    Issue }o--o{ CommitPullRequest : references
    Discussion }o--o{ DiscussionLabel : labeled
    Label }o--o{ DiscussionLabel : labeled
    Feedback }o--o{ FeedbackObservation : has
    Observation }o--o{ FeedbackObservation : has
    Issue }o--o{ IssueAssignee : assigned_to
    User }o--o{ IssueAssignee : assigned_to
    Issue }o--o{ IssueBlocking : blocked_issue_id
    Issue }o--o{ IssueBlocking : blocking_issue_id
    Issue }o--o{ IssueLabel : labeled
    Label }o--o{ IssueLabel : labeled
    Issue }o--o{ PullRequestRequestedReviewer : reviewed
    User }o--o{ PullRequestRequestedReviewer : reviewed
    Repository }o--o{ RepositoryCollaborator : has
    User }o--o{ RepositoryCollaborator : has
    User }o--o{ TeamMembership : belongs_to
    Team }o--o{ TeamMembership : belongs_to
    Repository }o--o{ TeamRepositoryPermission : has
    Team }o--o{ TeamRepositoryPermission : has
    Workspace }o--o{ WorkspaceTeamLabelFilter : labeled
    Team }o--o{ WorkspaceTeamLabelFilter : labeled
    Label }o--o{ WorkspaceTeamLabelFilter : labeled
    Workspace }o--o{ WorkspaceTeamRepositorySetting : has
    Team }o--o{ WorkspaceTeamRepositorySetting : has
    Repository }o--o{ WorkspaceTeamRepositorySetting : has
    Workspace }o--o{ WorkspaceTeamSetting : has
    Team }o--o{ WorkspaceTeamSetting : has

    %% Styling
    classDef primaryEntity fill:#e1f5fe,stroke:#01579b,stroke-width:2px
    classDef associationEntity fill:#f3e5f5,stroke:#4a148c,stroke-width:2px
    classDef metadataEntity fill:#e8f5e8,stroke:#1b5e20,stroke-width:2px

    class Issue primaryEntity
    class IssueAssignee associationEntity
    class IssueLabel associationEntity
    class Label primaryEntity
    class Milestone primaryEntity
    class PullRequestRequestedReviewer associationEntity
    class Repository primaryEntity
    class RepositoryToMonitor metadataEntity
    class Team primaryEntity
    class User primaryEntity
    class Workspace primaryEntity
